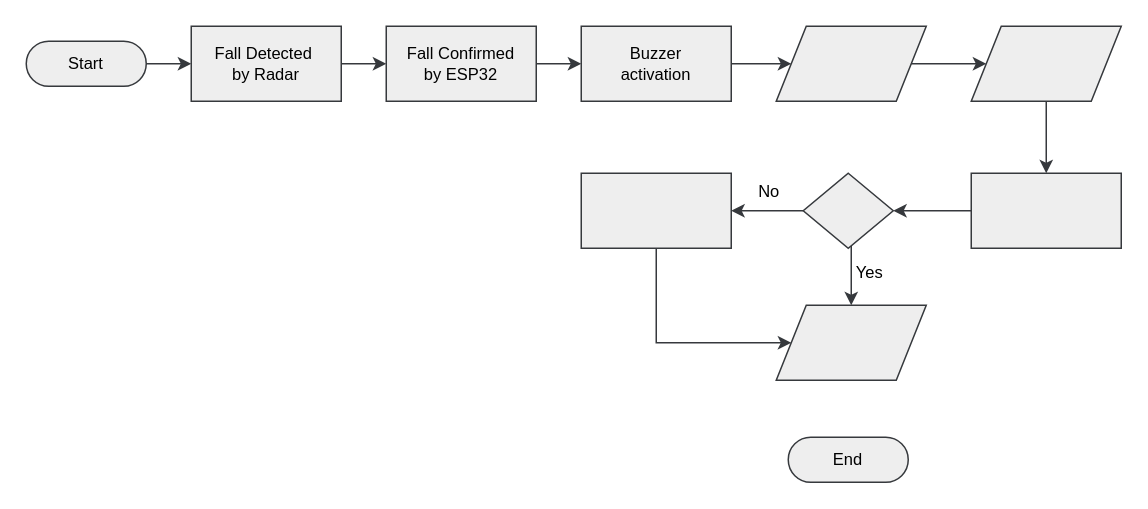
Above: page "Page-3" (3 of 5) of lib/4_1.drawio in michalisssss/Fall-Detection-System (draw.io), before the change. Source tidied: cells renumbered, new cells numbered last; positions are measured from the earlier drawing's top-left corner, leaving out a move shared by most shapes. Both pictures are drawn from the tidied source at 150%, with x=0, y=0 at pixel (26, 26).
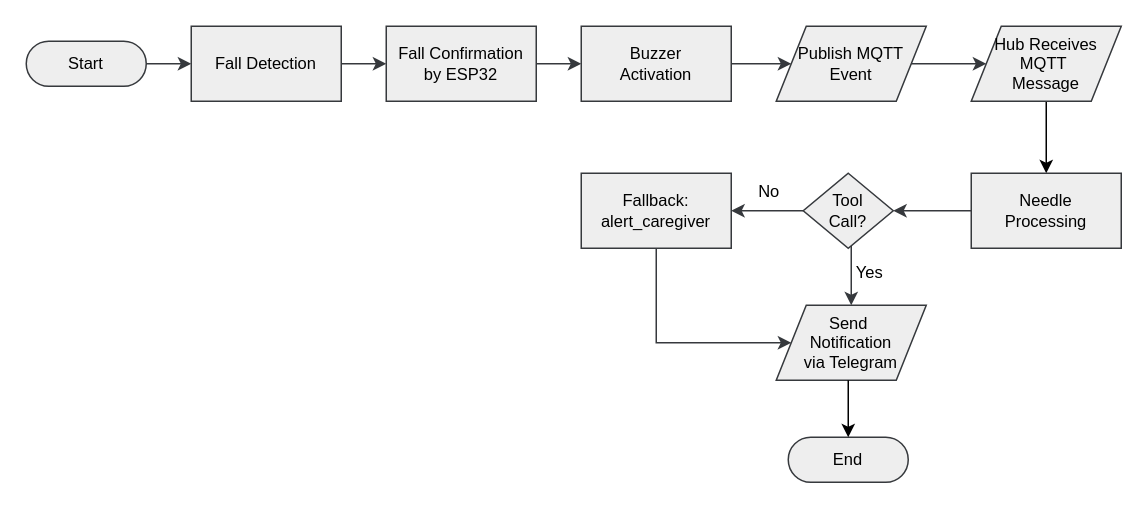
Above is the later version.

The change refers to these unchanged cells:
```xml
<mxCell id="21" value="End" style="html=1;dashed=0;whiteSpace=wrap;shape=mxgraph.dfd.start;fontSize=11;fillColor=#eeeeee;strokeColor=#36393d;" parent="1" vertex="1">
  <mxGeometry x="508" y="274" width="80" height="30" as="geometry" />
</mxCell>
```

Diff of the diagram source:
```diff
@@
-    <mxCell id="5" value="Fall Detected&amp;nbsp;&lt;div&gt;by Radar&lt;/div&gt;" style="html=1;dashed=0;whiteSpace=wrap;fontSize=11;fillColor=#eeeeee;strokeColor=#36393d;" parent="1" vertex="1">
+    <mxCell id="5" value="Fall Detection" style="html=1;dashed=0;whiteSpace=wrap;fontSize=11;fillColor=#eeeeee;strokeColor=#36393d;" parent="1" vertex="1">
       <mxGeometry x="110" width="100" height="50" as="geometry" />
     </mxCell>
@@
-    <mxCell id="7" value="Fall Confirmed&lt;div&gt;by ESP32&lt;/div&gt;" style="html=1;dashed=0;whiteSpace=wrap;fontSize=11;fillColor=#eeeeee;strokeColor=#36393d;" parent="1" vertex="1">
+    <mxCell id="7" value="Fall Confirmation&lt;div&gt;by ESP32&lt;/div&gt;" style="html=1;dashed=0;whiteSpace=wrap;fontSize=11;fillColor=#eeeeee;strokeColor=#36393d;" parent="1" vertex="1">
       <mxGeometry x="240" width="100" height="50" as="geometry" />
     </mxCell>
@@
-    <mxCell id="9" value="Buzzer&lt;div&gt;activation&lt;/div&gt;" style="html=1;dashed=0;whiteSpace=wrap;fontSize=11;fillColor=#eeeeee;strokeColor=#36393d;" parent="1" vertex="1">
+    <mxCell id="9" value="Buzzer&lt;div&gt;Activation&lt;/div&gt;" style="html=1;dashed=0;whiteSpace=wrap;fontSize=11;fillColor=#eeeeee;strokeColor=#36393d;" parent="1" vertex="1">
       <mxGeometry x="370" width="100" height="50" as="geometry" />
     </mxCell>
@@
-    <mxCell id="11" style="shape=parallelogram;perimeter=parallelogramPerimeter;whiteSpace=wrap;html=1;dashed=0;fontSize=11;fillColor=#eeeeee;strokeColor=#36393d;" parent="1" vertex="1">
+    <mxCell id="11" value="Publish MQTT Event" style="shape=parallelogram;perimeter=parallelogramPerimeter;whiteSpace=wrap;html=1;dashed=0;fontSize=11;fillColor=#eeeeee;strokeColor=#36393d;" parent="1" vertex="1">
       <mxGeometry x="500" width="100" height="50" as="geometry" />
     </mxCell>
-    <mxCell id="12" style="edgeStyle=orthogonalEdgeStyle;rounded=0;jettySize=auto;html=1;entryX=0.5;entryY=0;entryDx=0;entryDy=0;defaultLabelBackgroundColor=page;fontSize=11;fillColor=#eeeeee;strokeColor=#36393d;" parent="1" edge="1" source="13" target="15">
+    <mxCell id="12" style="edgeStyle=orthogonalEdgeStyle;rounded=0;jettySize=auto;html=1;entryX=0.5;entryY=0;entryDx=0;entryDy=0;defaultLabelBackgroundColor=page;" parent="1" edge="1" source="13" target="15">
       <mxGeometry relative="1" as="geometry" />
     </mxCell>
-    <mxCell id="13" style="shape=parallelogram;perimeter=parallelogramPerimeter;whiteSpace=wrap;html=1;dashed=0;fontSize=11;fillColor=#eeeeee;strokeColor=#36393d;" parent="1" vertex="1">
+    <mxCell id="13" value="Hub Receives MQTT&amp;nbsp;&lt;div&gt;Message&lt;/div&gt;" style="shape=parallelogram;perimeter=parallelogramPerimeter;whiteSpace=wrap;html=1;dashed=0;fontSize=11;fillColor=#eeeeee;strokeColor=#36393d;" parent="1" vertex="1">
       <mxGeometry x="630" width="100" height="50" as="geometry" />
     </mxCell>
@@
-    <mxCell id="15" style="html=1;dashed=0;whiteSpace=wrap;fontSize=11;fillColor=#eeeeee;strokeColor=#36393d;" parent="1" vertex="1">
+    <mxCell id="15" value="Needle&lt;div&gt;Processing&lt;/div&gt;" style="html=1;dashed=0;whiteSpace=wrap;fontSize=11;fillColor=#eeeeee;strokeColor=#36393d;" parent="1" vertex="1">
       <mxGeometry x="630" y="98" width="100" height="50" as="geometry" />
     </mxCell>
@@
-    <mxCell id="20" style="shape=rhombus;html=1;dashed=0;whiteSpace=wrap;perimeter=rhombusPerimeter;fontSize=11;fillColor=#eeeeee;strokeColor=#36393d;" parent="1" vertex="1">
+    <mxCell id="20" value="Tool&lt;div&gt;Call?&lt;/div&gt;" style="shape=rhombus;html=1;dashed=0;whiteSpace=wrap;perimeter=rhombusPerimeter;fontSize=11;fillColor=#eeeeee;strokeColor=#36393d;" parent="1" vertex="1">
       <mxGeometry x="518" y="98" width="60" height="50" as="geometry" />
     </mxCell>
@@
-    <mxCell id="22" style="shape=parallelogram;perimeter=parallelogramPerimeter;whiteSpace=wrap;html=1;dashed=0;fontSize=11;fillColor=#eeeeee;strokeColor=#36393d;" parent="1" vertex="1">
+    <mxCell id="22" value="Send&amp;nbsp;&lt;div&gt;Notification&lt;div&gt;via Telegram&lt;/div&gt;&lt;/div&gt;" style="shape=parallelogram;perimeter=parallelogramPerimeter;whiteSpace=wrap;html=1;dashed=0;fontSize=11;fillColor=#eeeeee;strokeColor=#36393d;" parent="1" vertex="1">
       <mxGeometry x="500" y="186" width="100" height="50" as="geometry" />
     </mxCell>
@@
-    <mxCell id="24" style="html=1;dashed=0;whiteSpace=wrap;fontSize=11;fillColor=#eeeeee;strokeColor=#36393d;" parent="1" vertex="1">
+    <mxCell id="24" value="Fallback: alert_caregiver" style="html=1;dashed=0;whiteSpace=wrap;fontSize=11;fillColor=#eeeeee;strokeColor=#36393d;" parent="1" vertex="1">
       <mxGeometry x="370" y="98" width="100" height="50" as="geometry" />
     </mxCell>
+    <mxCell id="25" style="edgeStyle=orthogonalEdgeStyle;rounded=0;jettySize=auto;html=1;entryX=0.5;entryY=0;entryDx=0;entryDy=0;entryPerimeter=0;defaultLabelBackgroundColor=page;" parent="1" edge="1" source="22" target="21">
+      <mxGeometry relative="1" as="geometry">
+        <Array as="points">
+          <mxPoint x="548" y="241" />
+          <mxPoint x="548" y="241" />
+        </Array>
+      </mxGeometry>
+    </mxCell>
```
